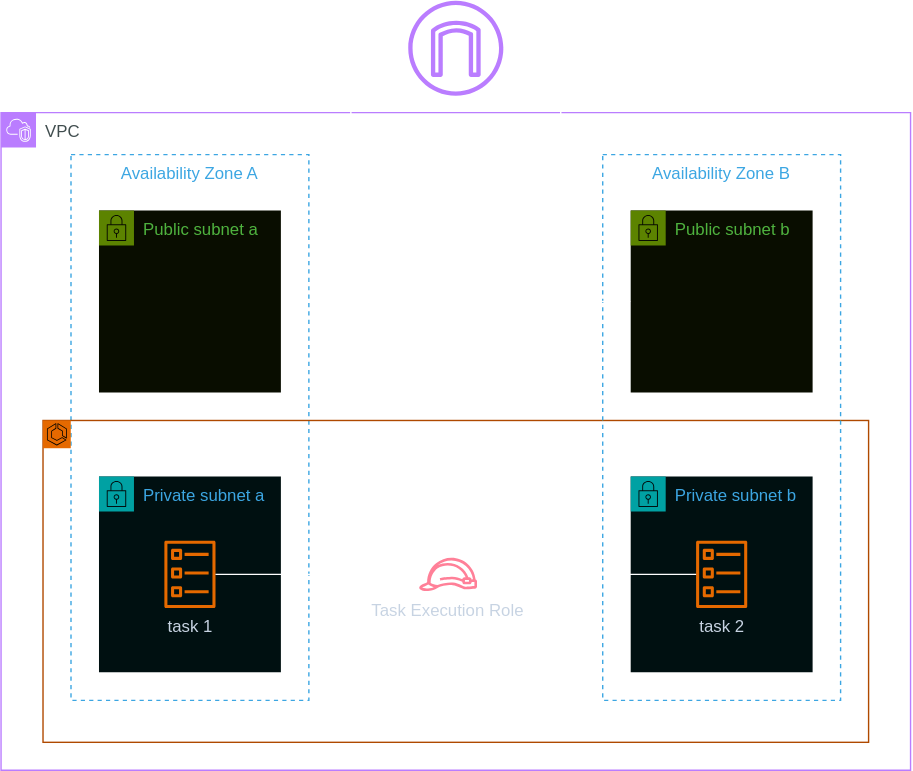
This is docs/media/lab_1_arch.drawio.svg from superluminar-io/aws_advanced_workshop, a draw.io export, as it was before one commit. Source tidied: cells renumbered, new cells last; positions are measured from the earlier drawing's top-left corner, leaving out a move shared by most shapes.
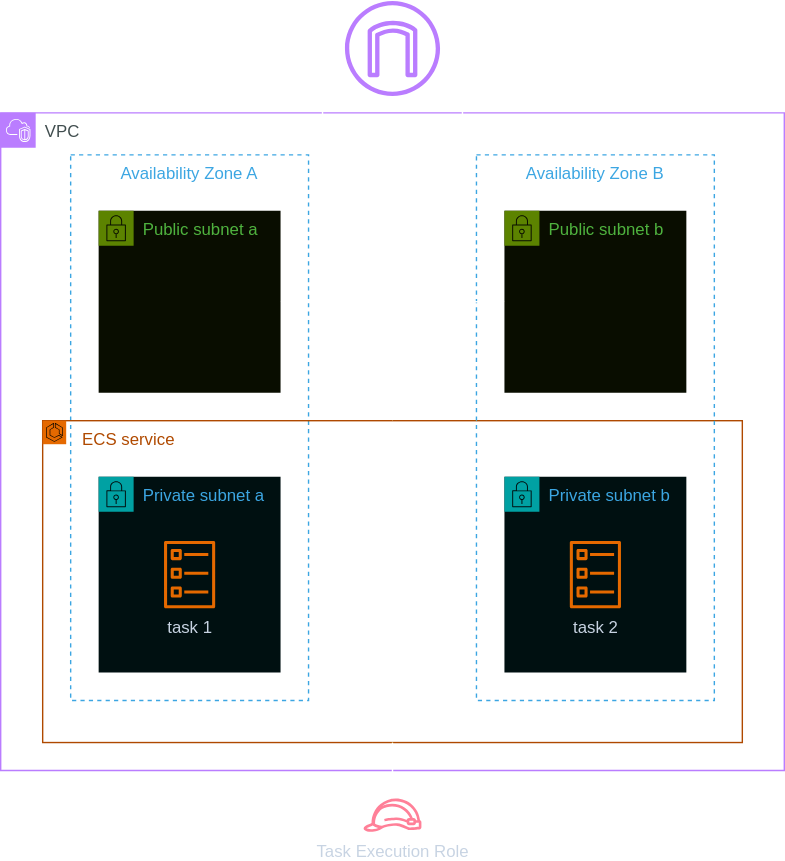
After the change.

Change to the diagram source:
```diff
@@ -3,68 +3,74 @@
     <mxCell id="0" />
     <mxCell id="1" parent="0" />
     <mxCell id="2" value="VPC" style="gradientColor=none;html=1;whiteSpace=wrap;fontSize=12;fontStyle=0;shape=mxgraph.aws4.group;grIcon=mxgraph.aws4.group_vpc2;strokeColor=#8C4FFF;fillColor=none;verticalAlign=top;align=left;spacingLeft=30;fontColor=#AAB7B8;dashed=0;" parent="1" vertex="1">
-      <mxGeometry y="80" width="650" height="470" as="geometry" />
+      <mxGeometry y="80" width="560" height="470" as="geometry" />
     </mxCell>
     <mxCell id="3" value="Availability Zone A" style="fillColor=none;strokeColor=#147EBA;dashed=1;verticalAlign=top;fontStyle=0;fontColor=#147EBA;whiteSpace=wrap;html=1;" parent="2" vertex="1">
       <mxGeometry x="50" y="30" width="170" height="390" as="geometry" />
     </mxCell>
-    <mxCell id="4" style="group;" parent="2" vertex="1">
-      <mxGeometry x="30" y="220" width="590" height="230" as="geometry" />
-    </mxCell>
+    <mxCell id="8" value="Public subnet a" style="points=[[0,0],[0.25,0],[0.5,0],[0.75,0],[1,0],[1,0.25],[1,0.5],[1,0.75],[1,1],[0.75,1],[0.5,1],[0.25,1],[0,1],[0,0.75],[0,0.5],[0,0.25]];outlineConnect=0;gradientColor=none;html=1;whiteSpace=wrap;fontSize=12;fontStyle=0;shape=mxgraph.aws4.group;grIcon=mxgraph.aws4.group_security_group;grStroke=0;strokeColor=#7AA116;fillColor=#F2F6E8;verticalAlign=top;align=left;spacingLeft=30;fontColor=#248814;dashed=0;" parent="2" vertex="1">
+      <mxGeometry x="70" y="70" width="130" height="130" as="geometry" />
+    </mxCell>
+    <mxCell id="20" style="group;" parent="2" vertex="1">
+      <mxGeometry x="30" y="220" width="500" height="230" as="geometry" />
+    </mxCell>
-    <mxCell id="5" value="&amp;nbsp; &amp;nbsp; &amp;nbsp; &amp;nbsp; ECS service" style="rounded=0;whiteSpace=wrap;html=1;fillColor=none;strokeColor=#FF9933;verticalAlign=top;align=left;" parent="4" vertex="1">
-      <mxGeometry width="590" height="230" as="geometry" />
+    <mxCell id="5" value="&lt;font color=&quot;#ff9933&quot;&gt;&amp;nbsp; &amp;nbsp; &amp;nbsp; &amp;nbsp; ECS service&lt;/font&gt;" style="rounded=0;whiteSpace=wrap;html=1;fillColor=none;strokeColor=#FF9933;verticalAlign=top;align=left;" parent="20" vertex="1">
+      <mxGeometry width="500" height="230" as="geometry" />
     </mxCell>
-    <mxCell id="6" style="sketch=0;fontColor=#232F3E;fillColor=#ED7100;strokeColor=#ffffff;dashed=0;verticalLabelPosition=bottom;verticalAlign=top;align=center;html=1;fontSize=12;fontStyle=0;shape=mxgraph.aws4.resourceIcon;resIcon=mxgraph.aws4.ecs;" parent="4" vertex="1">
-      <mxGeometry width="19.8" height="19.8" as="geometry" />
-    </mxCell>
-    <mxCell id="7" value="Task Execution Role" style="sketch=0;outlineConnect=0;fontColor=#232F3E;gradientColor=none;fillColor=#DD344C;strokeColor=none;dashed=0;verticalLabelPosition=bottom;verticalAlign=top;align=center;html=1;fontSize=12;fontStyle=0;shape=mxgraph.aws4.role;" parent="4" vertex="1">
-      <mxGeometry x="268.4" y="98.1" width="42.2" height="23.8" as="geometry" />
-    </mxCell>
-    <mxCell id="8" value="Public subnet a" style="points=[[0,0],[0.25,0],[0.5,0],[0.75,0],[1,0],[1,0.25],[1,0.5],[1,0.75],[1,1],[0.75,1],[0.5,1],[0.25,1],[0,1],[0,0.75],[0,0.5],[0,0.25]];outlineConnect=0;gradientColor=none;html=1;whiteSpace=wrap;fontSize=12;fontStyle=0;shape=mxgraph.aws4.group;grIcon=mxgraph.aws4.group_security_group;grStroke=0;strokeColor=#7AA116;fillColor=#F2F6E8;verticalAlign=top;align=left;spacingLeft=30;fontColor=#248814;dashed=0;" parent="2" vertex="1">
-      <mxGeometry x="70" y="70" width="130" height="130" as="geometry" />
-    </mxCell>
+    <mxCell id="21" style="sketch=0;fontColor=#232F3E;fillColor=#ED7100;strokeColor=#ffffff;dashed=0;verticalLabelPosition=bottom;verticalAlign=top;align=center;html=1;fontSize=12;fontStyle=0;shape=mxgraph.aws4.resourceIcon;resIcon=mxgraph.aws4.ecs;" parent="20" vertex="1">
+      <mxGeometry width="16.8" height="16.8" as="geometry" />
+    </mxCell>
     <mxCell id="9" value="Private subnet a" style="gradientColor=none;html=1;whiteSpace=wrap;fontSize=12;fontStyle=0;shape=mxgraph.aws4.group;grIcon=mxgraph.aws4.group_security_group;grStroke=0;strokeColor=#00A4A6;fillColor=#E6F6F7;verticalAlign=top;align=left;spacingLeft=30;fontColor=#147EBA;dashed=0;" parent="2" vertex="1">
       <mxGeometry x="70" y="260" width="130" height="140" as="geometry" />
     </mxCell>
     <mxCell id="10" value="task 1" style="sketch=0;outlineConnect=0;fontColor=#232F3E;gradientColor=none;fillColor=#ED7100;strokeColor=none;dashed=0;verticalLabelPosition=bottom;verticalAlign=top;align=center;html=1;fontSize=12;fontStyle=0;shape=mxgraph.aws4.ecs_task;" parent="9" vertex="1">
       <mxGeometry x="46.5" y="46" width="37" height="48" as="geometry" />
     </mxCell>
+    <mxCell id="22" style="edgeStyle=orthogonalEdgeStyle;rounded=0;jettySize=auto;html=1;" parent="2" edge="1" target="5">
+      <mxGeometry relative="1" as="geometry">
+        <mxPoint x="280" y="184" as="sourcePoint" />
+        <Array as="points">
+          <mxPoint x="280" y="210" />
+          <mxPoint x="280" y="210" />
+        </Array>
+      </mxGeometry>
+    </mxCell>
     <mxCell id="11" value="Availability Zone B" style="fillColor=none;strokeColor=#147EBA;dashed=1;verticalAlign=top;fontStyle=0;fontColor=#147EBA;whiteSpace=wrap;html=1;" parent="2" vertex="1">
-      <mxGeometry x="430" y="30" width="170" height="390" as="geometry" />
+      <mxGeometry x="340" y="30" width="170" height="390" as="geometry" />
     </mxCell>
     <mxCell id="12" value="Public subnet b" style="points=[[0,0],[0.25,0],[0.5,0],[0.75,0],[1,0],[1,0.25],[1,0.5],[1,0.75],[1,1],[0.75,1],[0.5,1],[0.25,1],[0,1],[0,0.75],[0,0.5],[0,0.25]];outlineConnect=0;gradientColor=none;html=1;whiteSpace=wrap;fontSize=12;fontStyle=0;shape=mxgraph.aws4.group;grIcon=mxgraph.aws4.group_security_group;grStroke=0;strokeColor=#7AA116;fillColor=#F2F6E8;verticalAlign=top;align=left;spacingLeft=30;fontColor=#248814;dashed=0;" parent="2" vertex="1">
-      <mxGeometry x="450" y="70" width="130" height="130" as="geometry" />
+      <mxGeometry x="360" y="70" width="130" height="130" as="geometry" />
     </mxCell>
     <mxCell id="13" value="Private subnet b" style="gradientColor=none;html=1;whiteSpace=wrap;fontSize=12;fontStyle=0;shape=mxgraph.aws4.group;grIcon=mxgraph.aws4.group_security_group;grStroke=0;strokeColor=#00A4A6;fillColor=#E6F6F7;verticalAlign=top;align=left;spacingLeft=30;fontColor=#147EBA;dashed=0;" parent="2" vertex="1">
-      <mxGeometry x="450" y="260" width="130" height="140" as="geometry" />
+      <mxGeometry x="360" y="260" width="130" height="140" as="geometry" />
     </mxCell>
     <mxCell id="14" value="task 2" style="sketch=0;outlineConnect=0;fontColor=#232F3E;gradientColor=none;fillColor=#ED7100;strokeColor=none;dashed=0;verticalLabelPosition=bottom;verticalAlign=top;align=center;html=1;fontSize=12;fontStyle=0;shape=mxgraph.aws4.ecs_task;" parent="13" vertex="1">
       <mxGeometry x="46.5" y="46" width="37" height="48" as="geometry" />
     </mxCell>
-    <mxCell id="15" style="edgeStyle=orthogonalEdgeStyle;rounded=0;jettySize=auto;html=1;" parent="2" edge="1" source="10" target="7">
-      <mxGeometry relative="1" as="geometry" />
-    </mxCell>
-    <mxCell id="16" style="edgeStyle=orthogonalEdgeStyle;rounded=0;jettySize=auto;html=1;" parent="2" edge="1" source="14" target="7">
-      <mxGeometry relative="1" as="geometry" />
-    </mxCell>
-    <mxCell id="17" style="sketch=0;outlineConnect=0;fontColor=#232F3E;gradientColor=none;fillColor=#8C4FFF;strokeColor=none;dashed=0;verticalLabelPosition=bottom;verticalAlign=top;align=center;html=1;fontSize=12;fontStyle=0;shape=mxgraph.aws4.internet_gateway;" parent="1" vertex="1">
-      <mxGeometry x="291" width="68" height="68" as="geometry" />
-    </mxCell>
-    <mxCell id="18" style="edgeStyle=orthogonalEdgeStyle;rounded=0;jettySize=auto;html=1;startArrow=classic;startFill=1;" parent="1" edge="1" source="17" target="8">
-      <mxGeometry relative="1" as="geometry">
-        <Array as="points">
-          <mxPoint x="250" y="34" />
-          <mxPoint x="250" y="215" />
-        </Array>
-      </mxGeometry>
-    </mxCell>
-    <mxCell id="19" style="edgeStyle=orthogonalEdgeStyle;rounded=0;jettySize=auto;html=1;startArrow=classic;startFill=1;" parent="1" edge="1" source="17" target="12">
-      <mxGeometry relative="1" as="geometry">
-        <Array as="points">
-          <mxPoint x="400" y="34" />
-          <mxPoint x="400" y="215" />
-        </Array>
-      </mxGeometry>
-    </mxCell>
+    <mxCell id="23" style="sketch=0;outlineConnect=0;fontColor=#232F3E;gradientColor=none;fillColor=#8C4FFF;strokeColor=none;dashed=0;verticalLabelPosition=bottom;verticalAlign=top;align=center;html=1;fontSize=12;fontStyle=0;shape=mxgraph.aws4.internet_gateway;" parent="1" vertex="1">
+      <mxGeometry x="246" width="68" height="68" as="geometry" />
+    </mxCell>
+    <mxCell id="24" style="edgeStyle=orthogonalEdgeStyle;rounded=0;jettySize=auto;html=1;startArrow=classic;startFill=1;" parent="1" edge="1" source="23" target="8">
+      <mxGeometry relative="1" as="geometry">
+        <Array as="points">
+          <mxPoint x="230" y="34" />
+          <mxPoint x="230" y="215" />
+        </Array>
+      </mxGeometry>
+    </mxCell>
+    <mxCell id="25" style="edgeStyle=orthogonalEdgeStyle;rounded=0;jettySize=auto;html=1;startArrow=classic;startFill=1;" parent="1" edge="1" source="23" target="12">
+      <mxGeometry relative="1" as="geometry">
+        <Array as="points">
+          <mxPoint x="330" y="34" />
+          <mxPoint x="330" y="215" />
+        </Array>
+      </mxGeometry>
+    </mxCell>
+    <mxCell id="7" value="Task Execution Role" style="sketch=0;outlineConnect=0;fontColor=#232F3E;gradientColor=none;fillColor=#DD344C;strokeColor=none;dashed=0;verticalLabelPosition=bottom;verticalAlign=top;align=center;html=1;fontSize=12;fontStyle=0;shape=mxgraph.aws4.role;" parent="1" vertex="1">
+      <mxGeometry x="258.9" y="570" width="42.2" height="23.8" as="geometry" />
+    </mxCell>
+    <mxCell id="26" style="edgeStyle=orthogonalEdgeStyle;rounded=0;jettySize=auto;html=1;" parent="1" edge="1" source="5" target="7">
+      <mxGeometry relative="1" as="geometry" />
+    </mxCell>
   </root>
 </mxGraphModel>
```
